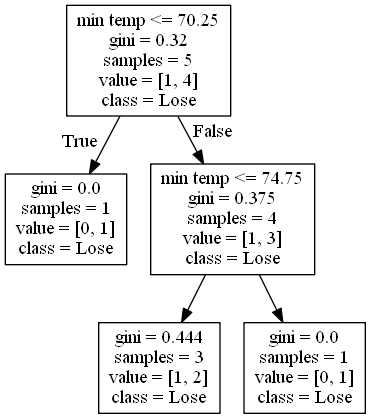
Earlier version of the Graphviz export DecisionTrees/Pac-12decision_tree_no_score_or_attendance14.png (alexana-steck/CSE482Project). Its source is kept beside it as DecisionTrees/Pac-12decision_tree_no_score_or_attendance14.dot.
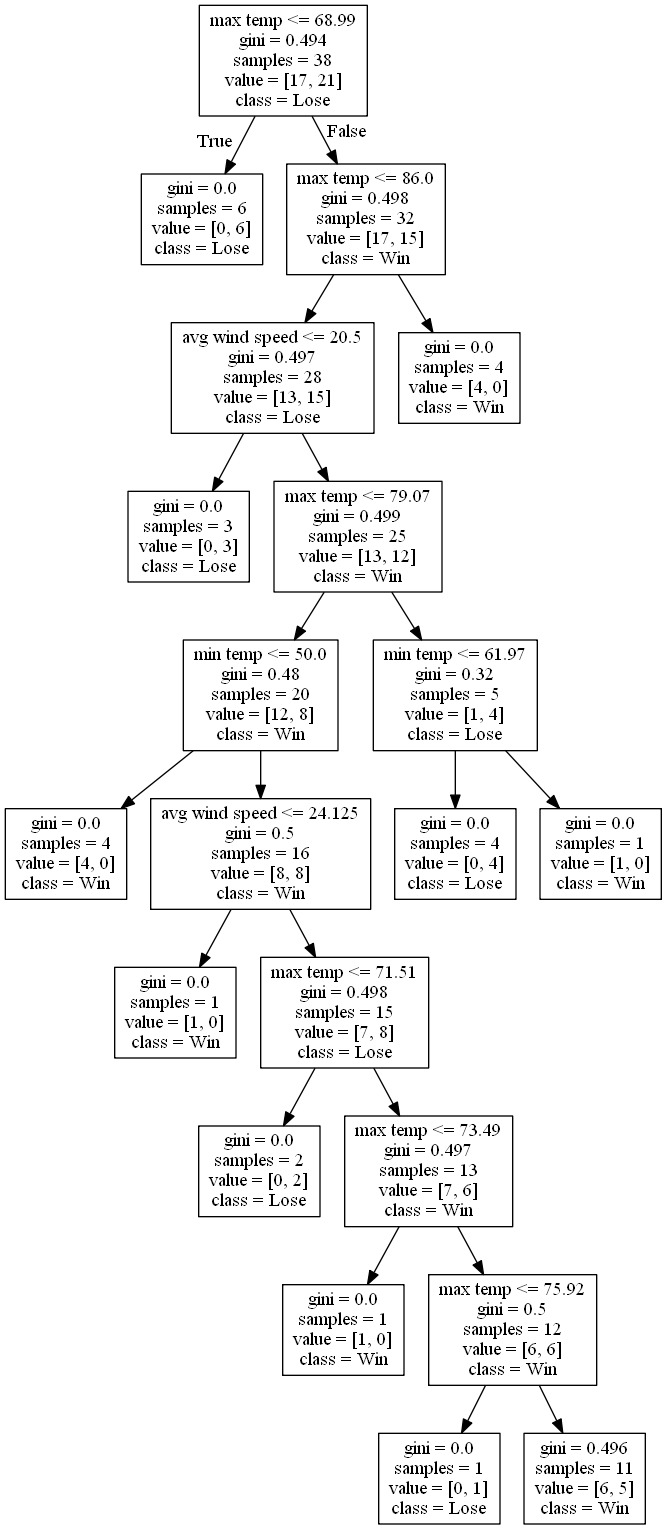
After the change.

The edit, as a diff of the source:
```diff
@@ -1,12 +1,44 @@
 digraph Tree {
 node [shape=box] ;
-0 [label="min temp <= 70.25\ngini = 0.32\nsamples = 5\nvalue = [1, 4]\nclass = Lose"] ;
-1 [label="gini = 0.0\nsamples = 1\nvalue = [0, 1]\nclass = Lose"] ;
+0 [label="max temp <= 68.99\ngini = 0.494\nsamples = 38\nvalue = [17, 21]\nclass = Lose"] ;
+1 [label="gini = 0.0\nsamples = 6\nvalue = [0, 6]\nclass = Lose"] ;
 0 -> 1 [labeldistance=2.5, labelangle=45, headlabel="True"] ;
-2 [label="min temp <= 74.75\ngini = 0.375\nsamples = 4\nvalue = [1, 3]\nclass = Lose"] ;
+2 [label="max temp <= 86.0\ngini = 0.498\nsamples = 32\nvalue = [17, 15]\nclass = Win"] ;
 0 -> 2 [labeldistance=2.5, labelangle=-45, headlabel="False"] ;
-3 [label="gini = 0.444\nsamples = 3\nvalue = [1, 2]\nclass = Lose"] ;
+3 [label="avg wind speed <= 20.5\ngini = 0.497\nsamples = 28\nvalue = [13, 15]\nclass = Lose"] ;
 2 -> 3 ;
-4 [label="gini = 0.0\nsamples = 1\nvalue = [0, 1]\nclass = Lose"] ;
-2 -> 4 ;
+4 [label="gini = 0.0\nsamples = 3\nvalue = [0, 3]\nclass = Lose"] ;
+3 -> 4 ;
+5 [label="max temp <= 79.07\ngini = 0.499\nsamples = 25\nvalue = [13, 12]\nclass = Win"] ;
+3 -> 5 ;
+6 [label="min temp <= 50.0\ngini = 0.48\nsamples = 20\nvalue = [12, 8]\nclass = Win"] ;
+5 -> 6 ;
+7 [label="gini = 0.0\nsamples = 4\nvalue = [4, 0]\nclass = Win"] ;
+6 -> 7 ;
+8 [label="avg wind speed <= 24.125\ngini = 0.5\nsamples = 16\nvalue = [8, 8]\nclass = Win"] ;
+6 -> 8 ;
+9 [label="gini = 0.0\nsamples = 1\nvalue = [1, 0]\nclass = Win"] ;
+8 -> 9 ;
+10 [label="max temp <= 71.51\ngini = 0.498\nsamples = 15\nvalue = [7, 8]\nclass = Lose"] ;
+8 -> 10 ;
+11 [label="gini = 0.0\nsamples = 2\nvalue = [0, 2]\nclass = Lose"] ;
+10 -> 11 ;
+12 [label="max temp <= 73.49\ngini = 0.497\nsamples = 13\nvalue = [7, 6]\nclass = Win"] ;
+10 -> 12 ;
+13 [label="gini = 0.0\nsamples = 1\nvalue = [1, 0]\nclass = Win"] ;
+12 -> 13 ;
+14 [label="max temp <= 75.92\ngini = 0.5\nsamples = 12\nvalue = [6, 6]\nclass = Win"] ;
+12 -> 14 ;
+15 [label="gini = 0.0\nsamples = 1\nvalue = [0, 1]\nclass = Lose"] ;
+14 -> 15 ;
+16 [label="gini = 0.496\nsamples = 11\nvalue = [6, 5]\nclass = Win"] ;
+14 -> 16 ;
+17 [label="min temp <= 61.97\ngini = 0.32\nsamples = 5\nvalue = [1, 4]\nclass = Lose"] ;
+5 -> 17 ;
+18 [label="gini = 0.0\nsamples = 4\nvalue = [0, 4]\nclass = Lose"] ;
+17 -> 18 ;
+19 [label="gini = 0.0\nsamples = 1\nvalue = [1, 0]\nclass = Win"] ;
+17 -> 19 ;
+20 [label="gini = 0.0\nsamples = 4\nvalue = [4, 0]\nclass = Win"] ;
+2 -> 20 ;
 }
```
